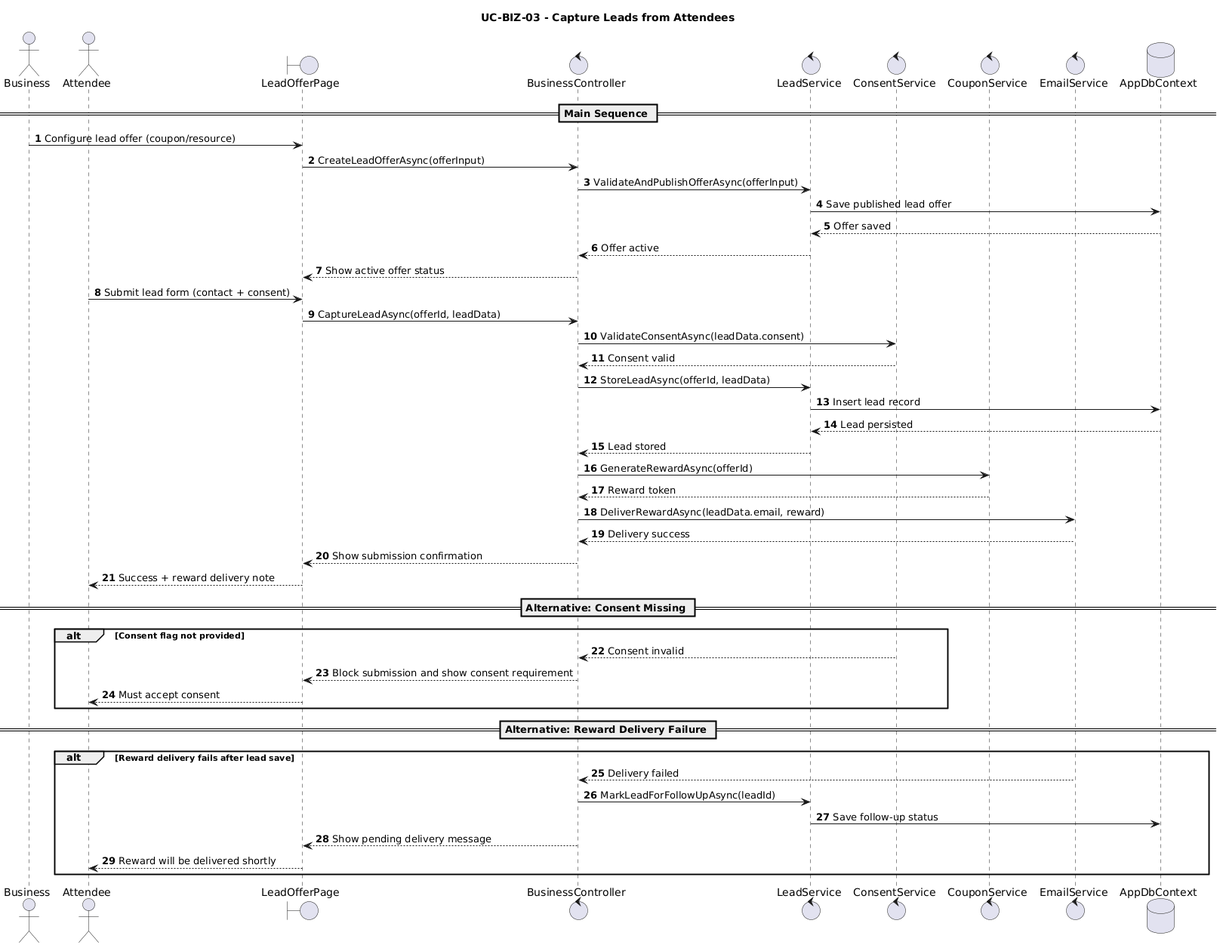
Before: User Cases/Sequence Diagrams/BusinessRole/CaptureLeadsFromAttendees.png, a diagram exported from PlantUML (gorge-unc23/4ThePlot).
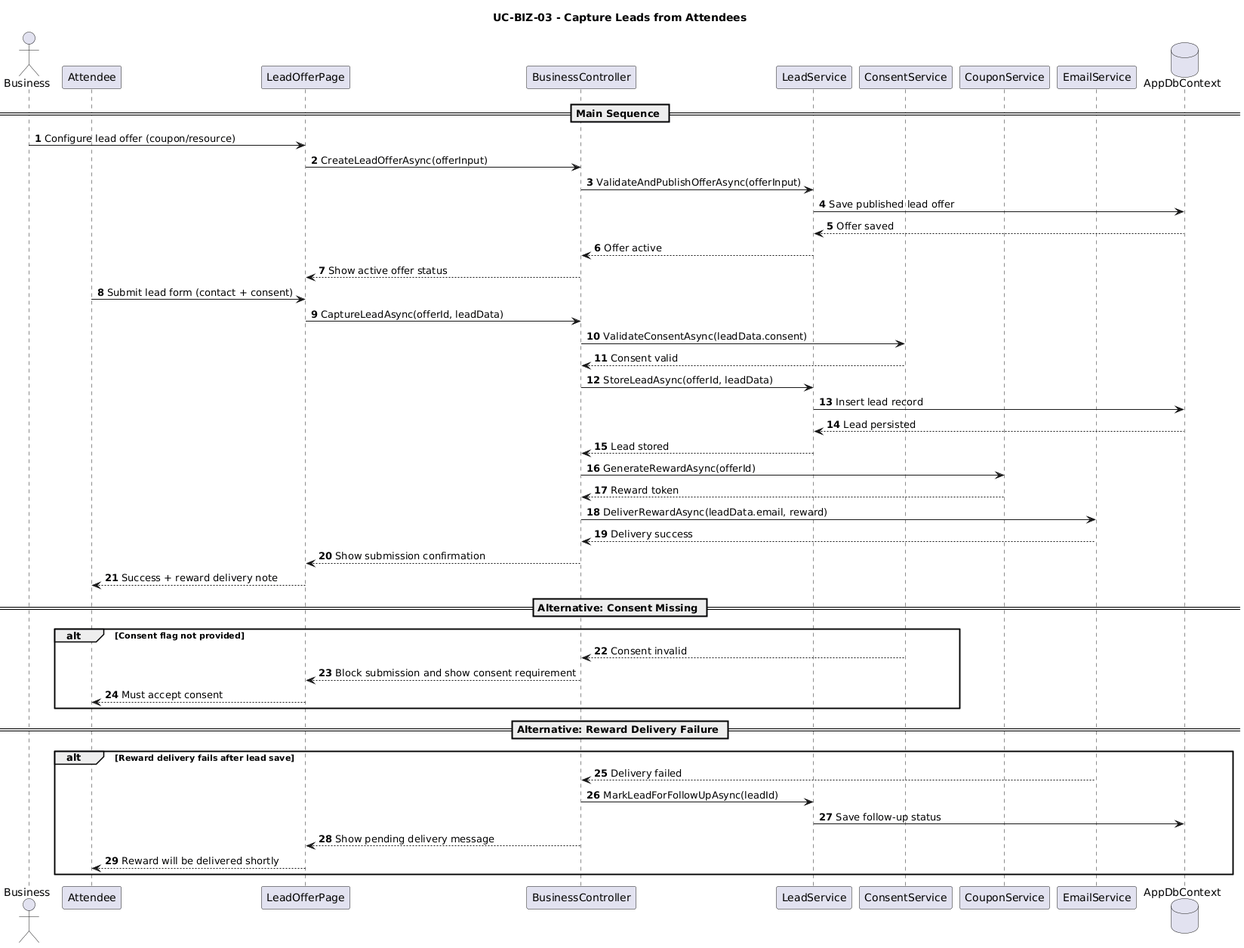
Later version of the same file.

What changed in the source:
```diff
@@ -3,13 +3,13 @@
 autonumber
 
 actor Business
-actor Attendee
-boundary LeadOfferPage
-control BusinessController
-control LeadService
-control ConsentService
-control CouponService
-control EmailService
+participant Attendee
+participant LeadOfferPage
+participant BusinessController
+participant LeadService
+participant ConsentService
+participant CouponService
+participant EmailService
 database AppDbContext
 
 == Main Sequence ==
```
